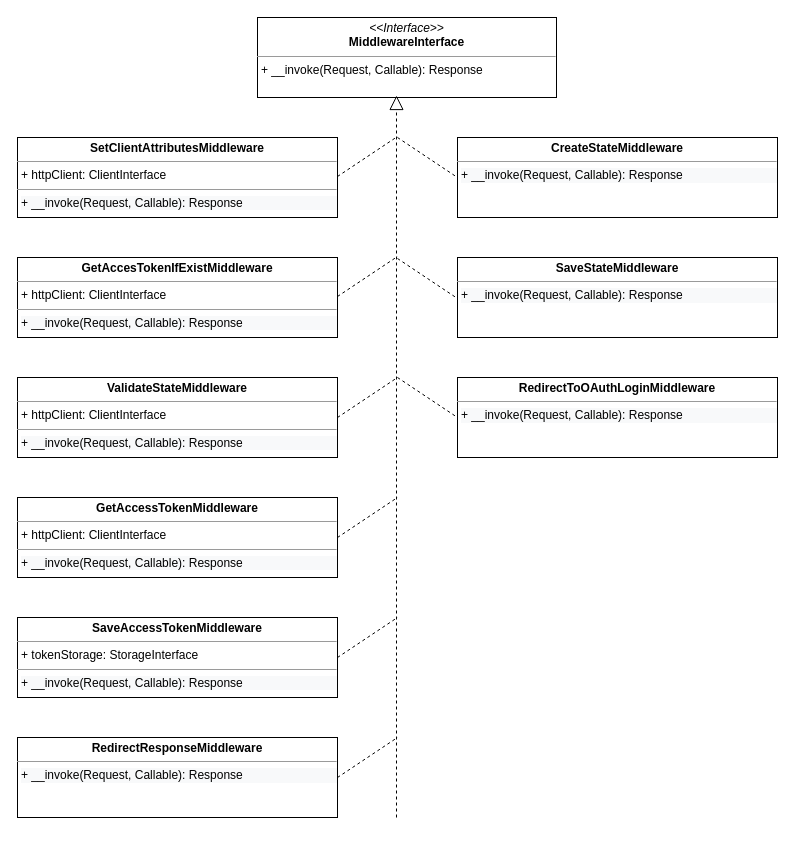
Earlier version of the draw.io diagram page "Page-1" (1 of 3) of oauth.drawio (andrzej-pakula/oauth-api-connector-bundle). Source tidied: cells renumbered, new cells numbered last; positions are measured from the earlier drawing's top-left corner, leaving out a move shared by most shapes. Both pictures are drawn from the tidied source at 100%, with x=0, y=0 at pixel (17, 17).
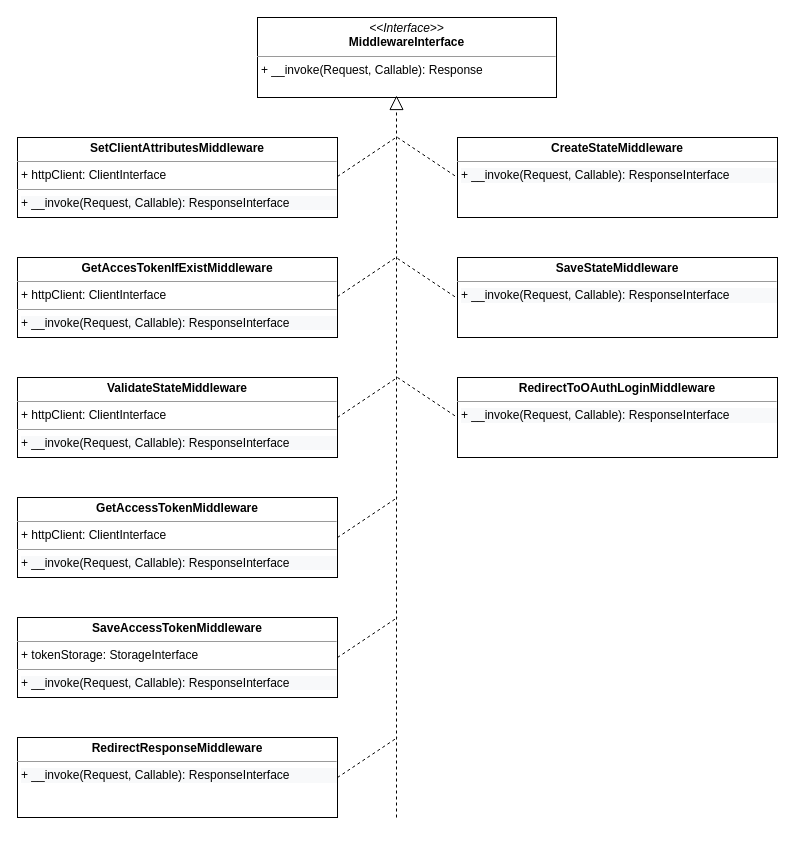
Above is the later version.

Change to the diagram source:
```diff
@@
-    <mxCell id="3" value="&lt;p style=&quot;margin: 0px ; margin-top: 4px ; text-align: center&quot;&gt;&lt;b&gt;GetAccessTokenMiddleware&lt;/b&gt;&lt;/p&gt;&lt;hr size=&quot;1&quot;&gt;&lt;p style=&quot;margin: 0px ; margin-left: 4px&quot;&gt;+ httpClient: ClientInterface&lt;/p&gt;&lt;hr size=&quot;1&quot;&gt;&lt;p style=&quot;margin: 0px ; margin-left: 4px&quot;&gt;&lt;span style=&quot;color: rgb(0 , 0 , 0) ; font-family: &amp;#34;helvetica&amp;#34; ; font-size: 12px ; font-style: normal ; font-weight: 400 ; letter-spacing: normal ; text-align: left ; text-indent: 0px ; text-transform: none ; word-spacing: 0px ; background-color: rgb(248 , 249 , 250) ; float: none ; display: inline&quot;&gt;&lt;/span&gt;&lt;/p&gt;&lt;p style=&quot;color: rgb(0 , 0 , 0) ; font-family: &amp;#34;helvetica&amp;#34; ; font-size: 12px ; font-style: normal ; font-weight: 400 ; letter-spacing: normal ; text-align: left ; text-indent: 0px ; text-transform: none ; word-spacing: 0px ; background-color: rgb(248 , 249 , 250) ; margin: 0px 0px 0px 4px&quot;&gt;&lt;span&gt;+ __invoke(Request, Callable): Response&lt;/span&gt;&lt;/p&gt;" style="verticalAlign=top;align=left;overflow=fill;fontSize=12;fontFamily=Helvetica;html=1;" parent="1" vertex="1">
+    <mxCell id="3" value="&lt;p style=&quot;margin: 0px ; margin-top: 4px ; text-align: center&quot;&gt;&lt;b&gt;GetAccessTokenMiddleware&lt;/b&gt;&lt;/p&gt;&lt;hr size=&quot;1&quot;&gt;&lt;p style=&quot;margin: 0px ; margin-left: 4px&quot;&gt;+ httpClient: ClientInterface&lt;/p&gt;&lt;hr size=&quot;1&quot;&gt;&lt;p style=&quot;margin: 0px ; margin-left: 4px&quot;&gt;&lt;span style=&quot;color: rgb(0 , 0 , 0) ; font-family: &amp;#34;helvetica&amp;#34; ; font-size: 12px ; font-style: normal ; font-weight: 400 ; letter-spacing: normal ; text-align: left ; text-indent: 0px ; text-transform: none ; word-spacing: 0px ; background-color: rgb(248 , 249 , 250) ; float: none ; display: inline&quot;&gt;&lt;/span&gt;&lt;/p&gt;&lt;p style=&quot;color: rgb(0 , 0 , 0) ; font-family: &amp;#34;helvetica&amp;#34; ; font-size: 12px ; font-style: normal ; font-weight: 400 ; letter-spacing: normal ; text-align: left ; text-indent: 0px ; text-transform: none ; word-spacing: 0px ; background-color: rgb(248 , 249 , 250) ; margin: 0px 0px 0px 4px&quot;&gt;&lt;span&gt;+ __invoke(Request, Callable): ResponseInterface&lt;/span&gt;&lt;/p&gt;" style="verticalAlign=top;align=left;overflow=fill;fontSize=12;fontFamily=Helvetica;html=1;" parent="1" vertex="1">
       <mxGeometry y="480" width="320" height="80" as="geometry" />
     </mxCell>
-    <mxCell id="4" value="&lt;p style=&quot;margin: 0px ; margin-top: 4px ; text-align: center&quot;&gt;&lt;b&gt;SaveAccessTokenMiddleware&lt;/b&gt;&lt;/p&gt;&lt;hr size=&quot;1&quot;&gt;&lt;p style=&quot;margin: 0px ; margin-left: 4px&quot;&gt;+ tokenStorage: StorageInterface&lt;/p&gt;&lt;hr size=&quot;1&quot;&gt;&lt;p style=&quot;margin: 0px ; margin-left: 4px&quot;&gt;&lt;span style=&quot;color: rgb(0 , 0 , 0) ; font-family: &amp;#34;helvetica&amp;#34; ; font-size: 12px ; font-style: normal ; font-weight: 400 ; letter-spacing: normal ; text-align: left ; text-indent: 0px ; text-transform: none ; word-spacing: 0px ; background-color: rgb(248 , 249 , 250) ; float: none ; display: inline&quot;&gt;&lt;/span&gt;&lt;/p&gt;&lt;p style=&quot;color: rgb(0 , 0 , 0) ; font-family: &amp;#34;helvetica&amp;#34; ; font-size: 12px ; font-style: normal ; font-weight: 400 ; letter-spacing: normal ; text-align: left ; text-indent: 0px ; text-transform: none ; word-spacing: 0px ; background-color: rgb(248 , 249 , 250) ; margin: 0px 0px 0px 4px&quot;&gt;&lt;span&gt;+ __invoke(Request, Callable): Response&lt;/span&gt;&lt;/p&gt;" style="verticalAlign=top;align=left;overflow=fill;fontSize=12;fontFamily=Helvetica;html=1;" parent="1" vertex="1">
+    <mxCell id="4" value="&lt;p style=&quot;margin: 0px ; margin-top: 4px ; text-align: center&quot;&gt;&lt;b&gt;SaveAccessTokenMiddleware&lt;/b&gt;&lt;/p&gt;&lt;hr size=&quot;1&quot;&gt;&lt;p style=&quot;margin: 0px ; margin-left: 4px&quot;&gt;+ tokenStorage: StorageInterface&lt;/p&gt;&lt;hr size=&quot;1&quot;&gt;&lt;p style=&quot;margin: 0px ; margin-left: 4px&quot;&gt;&lt;span style=&quot;color: rgb(0 , 0 , 0) ; font-family: &amp;#34;helvetica&amp;#34; ; font-size: 12px ; font-style: normal ; font-weight: 400 ; letter-spacing: normal ; text-align: left ; text-indent: 0px ; text-transform: none ; word-spacing: 0px ; background-color: rgb(248 , 249 , 250) ; float: none ; display: inline&quot;&gt;&lt;/span&gt;&lt;/p&gt;&lt;p style=&quot;color: rgb(0 , 0 , 0) ; font-family: &amp;#34;helvetica&amp;#34; ; font-size: 12px ; font-style: normal ; font-weight: 400 ; letter-spacing: normal ; text-align: left ; text-indent: 0px ; text-transform: none ; word-spacing: 0px ; background-color: rgb(248 , 249 , 250) ; margin: 0px 0px 0px 4px&quot;&gt;&lt;span&gt;+ __invoke(Request, Callable): ResponseInterface&lt;/span&gt;&lt;/p&gt;" style="verticalAlign=top;align=left;overflow=fill;fontSize=12;fontFamily=Helvetica;html=1;" parent="1" vertex="1">
       <mxGeometry y="600" width="320" height="80" as="geometry" />
     </mxCell>
-    <mxCell id="5" value="&lt;p style=&quot;margin: 0px ; margin-top: 4px ; text-align: center&quot;&gt;&lt;b&gt;RedirectResponseMiddleware&lt;/b&gt;&lt;/p&gt;&lt;hr size=&quot;1&quot;&gt;&lt;p style=&quot;margin: 0px ; margin-left: 4px&quot;&gt;&lt;/p&gt;&lt;p style=&quot;margin: 0px ; margin-left: 4px&quot;&gt;&lt;span style=&quot;color: rgb(0 , 0 , 0) ; font-family: &amp;#34;helvetica&amp;#34; ; font-size: 12px ; font-style: normal ; font-weight: 400 ; letter-spacing: normal ; text-align: left ; text-indent: 0px ; text-transform: none ; word-spacing: 0px ; background-color: rgb(248 , 249 , 250) ; float: none ; display: inline&quot;&gt;&lt;/span&gt;&lt;/p&gt;&lt;p style=&quot;color: rgb(0 , 0 , 0) ; font-family: &amp;#34;helvetica&amp;#34; ; font-size: 12px ; font-style: normal ; font-weight: 400 ; letter-spacing: normal ; text-align: left ; text-indent: 0px ; text-transform: none ; word-spacing: 0px ; background-color: rgb(248 , 249 , 250) ; margin: 0px 0px 0px 4px&quot;&gt;&lt;span&gt;+ __invoke(Request, Callable): Response&lt;/span&gt;&lt;/p&gt;" style="verticalAlign=top;align=left;overflow=fill;fontSize=12;fontFamily=Helvetica;html=1;" parent="1" vertex="1">
+    <mxCell id="5" value="&lt;p style=&quot;margin: 0px ; margin-top: 4px ; text-align: center&quot;&gt;&lt;b&gt;RedirectResponseMiddleware&lt;/b&gt;&lt;/p&gt;&lt;hr size=&quot;1&quot;&gt;&lt;p style=&quot;margin: 0px ; margin-left: 4px&quot;&gt;&lt;/p&gt;&lt;p style=&quot;margin: 0px ; margin-left: 4px&quot;&gt;&lt;span style=&quot;color: rgb(0 , 0 , 0) ; font-family: &amp;#34;helvetica&amp;#34; ; font-size: 12px ; font-style: normal ; font-weight: 400 ; letter-spacing: normal ; text-align: left ; text-indent: 0px ; text-transform: none ; word-spacing: 0px ; background-color: rgb(248 , 249 , 250) ; float: none ; display: inline&quot;&gt;&lt;/span&gt;&lt;/p&gt;&lt;p style=&quot;color: rgb(0 , 0 , 0) ; font-family: &amp;#34;helvetica&amp;#34; ; font-size: 12px ; font-style: normal ; font-weight: 400 ; letter-spacing: normal ; text-align: left ; text-indent: 0px ; text-transform: none ; word-spacing: 0px ; background-color: rgb(248 , 249 , 250) ; margin: 0px 0px 0px 4px&quot;&gt;&lt;span&gt;+ __invoke(Request, Callable): ResponseInterface&lt;/span&gt;&lt;/p&gt;" style="verticalAlign=top;align=left;overflow=fill;fontSize=12;fontFamily=Helvetica;html=1;" parent="1" vertex="1">
       <mxGeometry y="720" width="320" height="80" as="geometry" />
     </mxCell>
-    <mxCell id="6" value="&lt;p style=&quot;margin: 0px ; margin-top: 4px ; text-align: center&quot;&gt;&lt;b&gt;CreateStateMiddleware&lt;/b&gt;&lt;/p&gt;&lt;hr size=&quot;1&quot;&gt;&lt;p style=&quot;margin: 0px ; margin-left: 4px&quot;&gt;&lt;/p&gt;&lt;p style=&quot;margin: 0px ; margin-left: 4px&quot;&gt;&lt;span style=&quot;color: rgb(0 , 0 , 0) ; font-family: &amp;#34;helvetica&amp;#34; ; font-size: 12px ; font-style: normal ; font-weight: 400 ; letter-spacing: normal ; text-align: left ; text-indent: 0px ; text-transform: none ; word-spacing: 0px ; background-color: rgb(248 , 249 , 250) ; float: none ; display: inline&quot;&gt;&lt;/span&gt;&lt;/p&gt;&lt;p style=&quot;color: rgb(0 , 0 , 0) ; font-family: &amp;#34;helvetica&amp;#34; ; font-size: 12px ; font-style: normal ; font-weight: 400 ; letter-spacing: normal ; text-align: left ; text-indent: 0px ; text-transform: none ; word-spacing: 0px ; background-color: rgb(248 , 249 , 250) ; margin: 0px 0px 0px 4px&quot;&gt;&lt;span&gt;+ __invoke(Request, Callable): Response&lt;/span&gt;&lt;/p&gt;" style="verticalAlign=top;align=left;overflow=fill;fontSize=12;fontFamily=Helvetica;html=1;" parent="1" vertex="1">
+    <mxCell id="6" value="&lt;p style=&quot;margin: 0px ; margin-top: 4px ; text-align: center&quot;&gt;&lt;b&gt;CreateStateMiddleware&lt;/b&gt;&lt;/p&gt;&lt;hr size=&quot;1&quot;&gt;&lt;p style=&quot;margin: 0px ; margin-left: 4px&quot;&gt;&lt;/p&gt;&lt;p style=&quot;margin: 0px ; margin-left: 4px&quot;&gt;&lt;span style=&quot;color: rgb(0 , 0 , 0) ; font-family: &amp;#34;helvetica&amp;#34; ; font-size: 12px ; font-style: normal ; font-weight: 400 ; letter-spacing: normal ; text-align: left ; text-indent: 0px ; text-transform: none ; word-spacing: 0px ; background-color: rgb(248 , 249 , 250) ; float: none ; display: inline&quot;&gt;&lt;/span&gt;&lt;/p&gt;&lt;p style=&quot;color: rgb(0 , 0 , 0) ; font-family: &amp;#34;helvetica&amp;#34; ; font-size: 12px ; font-style: normal ; font-weight: 400 ; letter-spacing: normal ; text-align: left ; text-indent: 0px ; text-transform: none ; word-spacing: 0px ; background-color: rgb(248 , 249 , 250) ; margin: 0px 0px 0px 4px&quot;&gt;&lt;span&gt;+ __invoke(Request, Callable): ResponseInterface&lt;/span&gt;&lt;/p&gt;" style="verticalAlign=top;align=left;overflow=fill;fontSize=12;fontFamily=Helvetica;html=1;" parent="1" vertex="1">
       <mxGeometry x="440" y="120" width="320" height="80" as="geometry" />
     </mxCell>
-    <mxCell id="7" value="&lt;p style=&quot;margin: 0px ; margin-top: 4px ; text-align: center&quot;&gt;&lt;b&gt;SaveStateMiddleware&lt;/b&gt;&lt;/p&gt;&lt;hr size=&quot;1&quot;&gt;&lt;p style=&quot;margin: 0px ; margin-left: 4px&quot;&gt;&lt;/p&gt;&lt;p style=&quot;margin: 0px ; margin-left: 4px&quot;&gt;&lt;span style=&quot;color: rgb(0 , 0 , 0) ; font-family: &amp;#34;helvetica&amp;#34; ; font-size: 12px ; font-style: normal ; font-weight: 400 ; letter-spacing: normal ; text-align: left ; text-indent: 0px ; text-transform: none ; word-spacing: 0px ; background-color: rgb(248 , 249 , 250) ; float: none ; display: inline&quot;&gt;&lt;/span&gt;&lt;/p&gt;&lt;p style=&quot;color: rgb(0 , 0 , 0) ; font-family: &amp;#34;helvetica&amp;#34; ; font-size: 12px ; font-style: normal ; font-weight: 400 ; letter-spacing: normal ; text-align: left ; text-indent: 0px ; text-transform: none ; word-spacing: 0px ; background-color: rgb(248 , 249 , 250) ; margin: 0px 0px 0px 4px&quot;&gt;&lt;span&gt;+ __invoke(Request, Callable): Response&lt;/span&gt;&lt;/p&gt;" style="verticalAlign=top;align=left;overflow=fill;fontSize=12;fontFamily=Helvetica;html=1;" parent="1" vertex="1">
+    <mxCell id="7" value="&lt;p style=&quot;margin: 0px ; margin-top: 4px ; text-align: center&quot;&gt;&lt;b&gt;SaveStateMiddleware&lt;/b&gt;&lt;/p&gt;&lt;hr size=&quot;1&quot;&gt;&lt;p style=&quot;margin: 0px ; margin-left: 4px&quot;&gt;&lt;/p&gt;&lt;p style=&quot;margin: 0px ; margin-left: 4px&quot;&gt;&lt;span style=&quot;color: rgb(0 , 0 , 0) ; font-family: &amp;#34;helvetica&amp;#34; ; font-size: 12px ; font-style: normal ; font-weight: 400 ; letter-spacing: normal ; text-align: left ; text-indent: 0px ; text-transform: none ; word-spacing: 0px ; background-color: rgb(248 , 249 , 250) ; float: none ; display: inline&quot;&gt;&lt;/span&gt;&lt;/p&gt;&lt;p style=&quot;color: rgb(0 , 0 , 0) ; font-family: &amp;#34;helvetica&amp;#34; ; font-size: 12px ; font-style: normal ; font-weight: 400 ; letter-spacing: normal ; text-align: left ; text-indent: 0px ; text-transform: none ; word-spacing: 0px ; background-color: rgb(248 , 249 , 250) ; margin: 0px 0px 0px 4px&quot;&gt;&lt;span&gt;+ __invoke(Request, Callable): ResponseInterface&lt;/span&gt;&lt;/p&gt;" style="verticalAlign=top;align=left;overflow=fill;fontSize=12;fontFamily=Helvetica;html=1;" parent="1" vertex="1">
       <mxGeometry x="440" y="240" width="320" height="80" as="geometry" />
     </mxCell>
-    <mxCell id="8" value="&lt;p style=&quot;margin: 0px ; margin-top: 4px ; text-align: center&quot;&gt;&lt;b&gt;RedirectToOAuthLoginMiddleware&lt;/b&gt;&lt;/p&gt;&lt;hr size=&quot;1&quot;&gt;&lt;p style=&quot;margin: 0px ; margin-left: 4px&quot;&gt;&lt;/p&gt;&lt;p style=&quot;margin: 0px ; margin-left: 4px&quot;&gt;&lt;span style=&quot;color: rgb(0 , 0 , 0) ; font-family: &amp;#34;helvetica&amp;#34; ; font-size: 12px ; font-style: normal ; font-weight: 400 ; letter-spacing: normal ; text-align: left ; text-indent: 0px ; text-transform: none ; word-spacing: 0px ; background-color: rgb(248 , 249 , 250) ; float: none ; display: inline&quot;&gt;&lt;/span&gt;&lt;/p&gt;&lt;p style=&quot;color: rgb(0 , 0 , 0) ; font-family: &amp;#34;helvetica&amp;#34; ; font-size: 12px ; font-style: normal ; font-weight: 400 ; letter-spacing: normal ; text-align: left ; text-indent: 0px ; text-transform: none ; word-spacing: 0px ; background-color: rgb(248 , 249 , 250) ; margin: 0px 0px 0px 4px&quot;&gt;&lt;span&gt;+ __invoke(Request, Callable): Response&lt;/span&gt;&lt;/p&gt;" style="verticalAlign=top;align=left;overflow=fill;fontSize=12;fontFamily=Helvetica;html=1;" parent="1" vertex="1">
+    <mxCell id="8" value="&lt;p style=&quot;margin: 0px ; margin-top: 4px ; text-align: center&quot;&gt;&lt;b&gt;RedirectToOAuthLoginMiddleware&lt;/b&gt;&lt;/p&gt;&lt;hr size=&quot;1&quot;&gt;&lt;p style=&quot;margin: 0px ; margin-left: 4px&quot;&gt;&lt;/p&gt;&lt;p style=&quot;margin: 0px ; margin-left: 4px&quot;&gt;&lt;span style=&quot;color: rgb(0 , 0 , 0) ; font-family: &amp;#34;helvetica&amp;#34; ; font-size: 12px ; font-style: normal ; font-weight: 400 ; letter-spacing: normal ; text-align: left ; text-indent: 0px ; text-transform: none ; word-spacing: 0px ; background-color: rgb(248 , 249 , 250) ; float: none ; display: inline&quot;&gt;&lt;/span&gt;&lt;/p&gt;&lt;p style=&quot;color: rgb(0 , 0 , 0) ; font-family: &amp;#34;helvetica&amp;#34; ; font-size: 12px ; font-style: normal ; font-weight: 400 ; letter-spacing: normal ; text-align: left ; text-indent: 0px ; text-transform: none ; word-spacing: 0px ; background-color: rgb(248 , 249 , 250) ; margin: 0px 0px 0px 4px&quot;&gt;&lt;span&gt;+ __invoke(Request, Callable): ResponseInterface&lt;/span&gt;&lt;/p&gt;" style="verticalAlign=top;align=left;overflow=fill;fontSize=12;fontFamily=Helvetica;html=1;" parent="1" vertex="1">
       <mxGeometry x="440" y="360" width="320" height="80" as="geometry" />
     </mxCell>
@@
-    <mxCell id="10" value="&lt;p style=&quot;margin: 0px ; margin-top: 4px ; text-align: center&quot;&gt;&lt;b&gt;ValidateStateMiddleware&lt;/b&gt;&lt;/p&gt;&lt;hr size=&quot;1&quot;&gt;&lt;p style=&quot;margin: 0px ; margin-left: 4px&quot;&gt;+ httpClient: ClientInterface&lt;/p&gt;&lt;hr size=&quot;1&quot;&gt;&lt;p style=&quot;margin: 0px ; margin-left: 4px&quot;&gt;&lt;span style=&quot;color: rgb(0 , 0 , 0) ; font-family: &amp;#34;helvetica&amp;#34; ; font-size: 12px ; font-style: normal ; font-weight: 400 ; letter-spacing: normal ; text-align: left ; text-indent: 0px ; text-transform: none ; word-spacing: 0px ; background-color: rgb(248 , 249 , 250) ; float: none ; display: inline&quot;&gt;&lt;/span&gt;&lt;/p&gt;&lt;p style=&quot;color: rgb(0 , 0 , 0) ; font-family: &amp;#34;helvetica&amp;#34; ; font-size: 12px ; font-style: normal ; font-weight: 400 ; letter-spacing: normal ; text-align: left ; text-indent: 0px ; text-transform: none ; word-spacing: 0px ; background-color: rgb(248 , 249 , 250) ; margin: 0px 0px 0px 4px&quot;&gt;&lt;span&gt;+ __invoke(Request, Callable): Response&lt;/span&gt;&lt;/p&gt;" style="verticalAlign=top;align=left;overflow=fill;fontSize=12;fontFamily=Helvetica;html=1;" parent="1" vertex="1">
+    <mxCell id="10" value="&lt;p style=&quot;margin: 0px ; margin-top: 4px ; text-align: center&quot;&gt;&lt;b&gt;ValidateStateMiddleware&lt;/b&gt;&lt;/p&gt;&lt;hr size=&quot;1&quot;&gt;&lt;p style=&quot;margin: 0px ; margin-left: 4px&quot;&gt;+ httpClient: ClientInterface&lt;/p&gt;&lt;hr size=&quot;1&quot;&gt;&lt;p style=&quot;margin: 0px ; margin-left: 4px&quot;&gt;&lt;span style=&quot;color: rgb(0 , 0 , 0) ; font-family: &amp;#34;helvetica&amp;#34; ; font-size: 12px ; font-style: normal ; font-weight: 400 ; letter-spacing: normal ; text-align: left ; text-indent: 0px ; text-transform: none ; word-spacing: 0px ; background-color: rgb(248 , 249 , 250) ; float: none ; display: inline&quot;&gt;&lt;/span&gt;&lt;/p&gt;&lt;p style=&quot;color: rgb(0 , 0 , 0) ; font-family: &amp;#34;helvetica&amp;#34; ; font-size: 12px ; font-style: normal ; font-weight: 400 ; letter-spacing: normal ; text-align: left ; text-indent: 0px ; text-transform: none ; word-spacing: 0px ; background-color: rgb(248 , 249 , 250) ; margin: 0px 0px 0px 4px&quot;&gt;&lt;span&gt;+ __invoke(Request, Callable): ResponseInterface&lt;/span&gt;&lt;/p&gt;" style="verticalAlign=top;align=left;overflow=fill;fontSize=12;fontFamily=Helvetica;html=1;" parent="1" vertex="1">
       <mxGeometry y="360" width="320" height="80" as="geometry" />
     </mxCell>
-    <mxCell id="11" value="&lt;p style=&quot;margin: 0px ; margin-top: 4px ; text-align: center&quot;&gt;&lt;b&gt;GetAccesTokenIfExistMiddleware&lt;/b&gt;&lt;/p&gt;&lt;hr size=&quot;1&quot;&gt;&lt;p style=&quot;margin: 0px ; margin-left: 4px&quot;&gt;+ httpClient: ClientInterface&lt;/p&gt;&lt;hr size=&quot;1&quot;&gt;&lt;p style=&quot;margin: 0px ; margin-left: 4px&quot;&gt;&lt;span style=&quot;color: rgb(0 , 0 , 0) ; font-family: &amp;#34;helvetica&amp;#34; ; font-size: 12px ; font-style: normal ; font-weight: 400 ; letter-spacing: normal ; text-align: left ; text-indent: 0px ; text-transform: none ; word-spacing: 0px ; background-color: rgb(248 , 249 , 250) ; float: none ; display: inline&quot;&gt;&lt;/span&gt;&lt;/p&gt;&lt;p style=&quot;color: rgb(0 , 0 , 0) ; font-family: &amp;#34;helvetica&amp;#34; ; font-size: 12px ; font-style: normal ; font-weight: 400 ; letter-spacing: normal ; text-align: left ; text-indent: 0px ; text-transform: none ; word-spacing: 0px ; background-color: rgb(248 , 249 , 250) ; margin: 0px 0px 0px 4px&quot;&gt;&lt;span&gt;+ __invoke(Request, Callable): Response&lt;/span&gt;&lt;/p&gt;" style="verticalAlign=top;align=left;overflow=fill;fontSize=12;fontFamily=Helvetica;html=1;" parent="1" vertex="1">
+    <mxCell id="11" value="&lt;p style=&quot;margin: 0px ; margin-top: 4px ; text-align: center&quot;&gt;&lt;b&gt;GetAccesTokenIfExistMiddleware&lt;/b&gt;&lt;/p&gt;&lt;hr size=&quot;1&quot;&gt;&lt;p style=&quot;margin: 0px ; margin-left: 4px&quot;&gt;+ httpClient: ClientInterface&lt;/p&gt;&lt;hr size=&quot;1&quot;&gt;&lt;p style=&quot;margin: 0px ; margin-left: 4px&quot;&gt;&lt;span style=&quot;color: rgb(0 , 0 , 0) ; font-family: &amp;#34;helvetica&amp;#34; ; font-size: 12px ; font-style: normal ; font-weight: 400 ; letter-spacing: normal ; text-align: left ; text-indent: 0px ; text-transform: none ; word-spacing: 0px ; background-color: rgb(248 , 249 , 250) ; float: none ; display: inline&quot;&gt;&lt;/span&gt;&lt;/p&gt;&lt;p style=&quot;color: rgb(0 , 0 , 0) ; font-family: &amp;#34;helvetica&amp;#34; ; font-size: 12px ; font-style: normal ; font-weight: 400 ; letter-spacing: normal ; text-align: left ; text-indent: 0px ; text-transform: none ; word-spacing: 0px ; background-color: rgb(248 , 249 , 250) ; margin: 0px 0px 0px 4px&quot;&gt;&lt;span&gt;+ __invoke(Request, Callable): ResponseInterface&lt;/span&gt;&lt;/p&gt;" style="verticalAlign=top;align=left;overflow=fill;fontSize=12;fontFamily=Helvetica;html=1;" parent="1" vertex="1">
       <mxGeometry y="240" width="320" height="80" as="geometry" />
     </mxCell>
@@
-    <mxCell id="15" value="&lt;p style=&quot;margin: 0px ; margin-top: 4px ; text-align: center&quot;&gt;&lt;b&gt;SetClientAttributesMiddleware&lt;/b&gt;&lt;/p&gt;&lt;hr size=&quot;1&quot;&gt;&lt;p style=&quot;margin: 0px ; margin-left: 4px&quot;&gt;+ httpClient: ClientInterface&lt;/p&gt;&lt;hr size=&quot;1&quot;&gt;&lt;p style=&quot;margin: 0px ; margin-left: 4px&quot;&gt;&lt;span style=&quot;color: rgb(0 , 0 , 0) ; font-family: &amp;#34;helvetica&amp;#34; ; font-size: 12px ; font-style: normal ; font-weight: 400 ; letter-spacing: normal ; text-align: left ; text-indent: 0px ; text-transform: none ; word-spacing: 0px ; background-color: rgb(248 , 249 , 250) ; float: none ; display: inline&quot;&gt;&lt;/span&gt;&lt;/p&gt;&lt;p style=&quot;color: rgb(0 , 0 , 0) ; font-family: &amp;#34;helvetica&amp;#34; ; font-size: 12px ; font-style: normal ; font-weight: 400 ; letter-spacing: normal ; text-align: left ; text-indent: 0px ; text-transform: none ; word-spacing: 0px ; background-color: rgb(248 , 249 , 250) ; margin: 0px 0px 0px 4px&quot;&gt;&lt;span&gt;+ __invoke(Request, Callable): Response&lt;/span&gt;&lt;/p&gt;" style="verticalAlign=top;align=left;overflow=fill;fontSize=12;fontFamily=Helvetica;html=1;" parent="1" vertex="1">
+    <mxCell id="15" value="&lt;p style=&quot;margin: 0px ; margin-top: 4px ; text-align: center&quot;&gt;&lt;b&gt;SetClientAttributesMiddleware&lt;/b&gt;&lt;/p&gt;&lt;hr size=&quot;1&quot;&gt;&lt;p style=&quot;margin: 0px ; margin-left: 4px&quot;&gt;+ httpClient: ClientInterface&lt;/p&gt;&lt;hr size=&quot;1&quot;&gt;&lt;p style=&quot;margin: 0px ; margin-left: 4px&quot;&gt;&lt;span style=&quot;color: rgb(0 , 0 , 0) ; font-family: &amp;#34;helvetica&amp;#34; ; font-size: 12px ; font-style: normal ; font-weight: 400 ; letter-spacing: normal ; text-align: left ; text-indent: 0px ; text-transform: none ; word-spacing: 0px ; background-color: rgb(248 , 249 , 250) ; float: none ; display: inline&quot;&gt;&lt;/span&gt;&lt;/p&gt;&lt;p style=&quot;color: rgb(0 , 0 , 0) ; font-family: &amp;#34;helvetica&amp;#34; ; font-size: 12px ; font-style: normal ; font-weight: 400 ; letter-spacing: normal ; text-align: left ; text-indent: 0px ; text-transform: none ; word-spacing: 0px ; background-color: rgb(248 , 249 , 250) ; margin: 0px 0px 0px 4px&quot;&gt;&lt;span&gt;+ __invoke(Request, Callable): ResponseInterface&lt;/span&gt;&lt;/p&gt;" style="verticalAlign=top;align=left;overflow=fill;fontSize=12;fontFamily=Helvetica;html=1;" parent="1" vertex="1">
       <mxGeometry y="120" width="320" height="80" as="geometry" />
     </mxCell>
```
